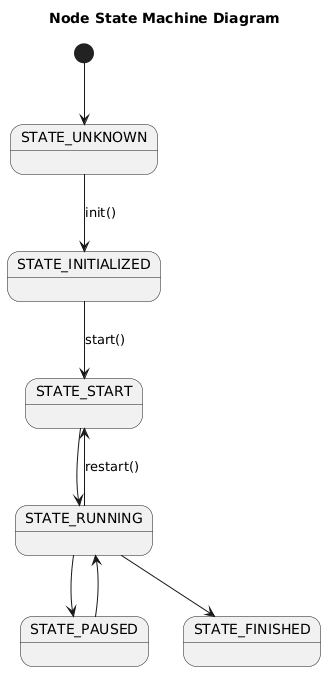
fastrobotics/robot_framework_ros keeps this PlantUML diagram as include/robot_framework_ros/doc/puml/NodeStateMachineDiagram.png. Above is the earlier version.
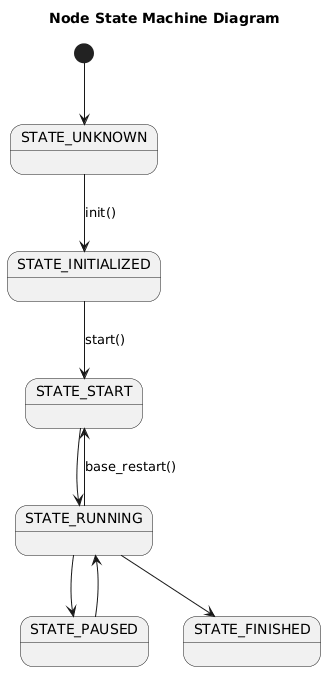
Later version of the same file.

Diff of the diagram source:
```diff
@@ -6,6 +6,6 @@
 STATE_START --> STATE_RUNNING
 STATE_RUNNING --> STATE_PAUSED
 STATE_PAUSED --> STATE_RUNNING
-STATE_RUNNING --> STATE_START: restart()
+STATE_RUNNING --> STATE_START: base_restart()
 STATE_RUNNING --> STATE_FINISHED
 @enduml
```
